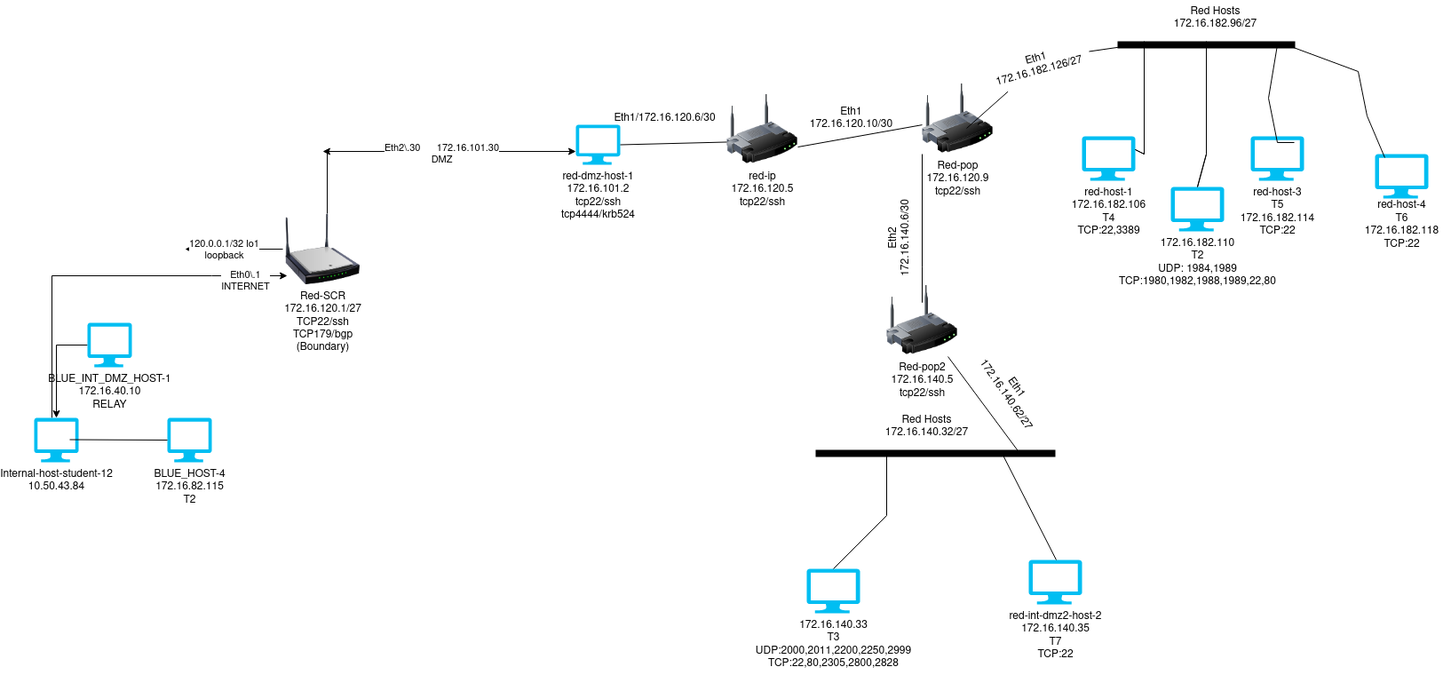
The draw.io diagram networkingctfs.drawio.png in mesnath/Networking, before a commit. Source tidied: cells renumbered, new cells last; positions are measured from the earlier drawing's top-left corner, leaving out a move shared by most shapes.
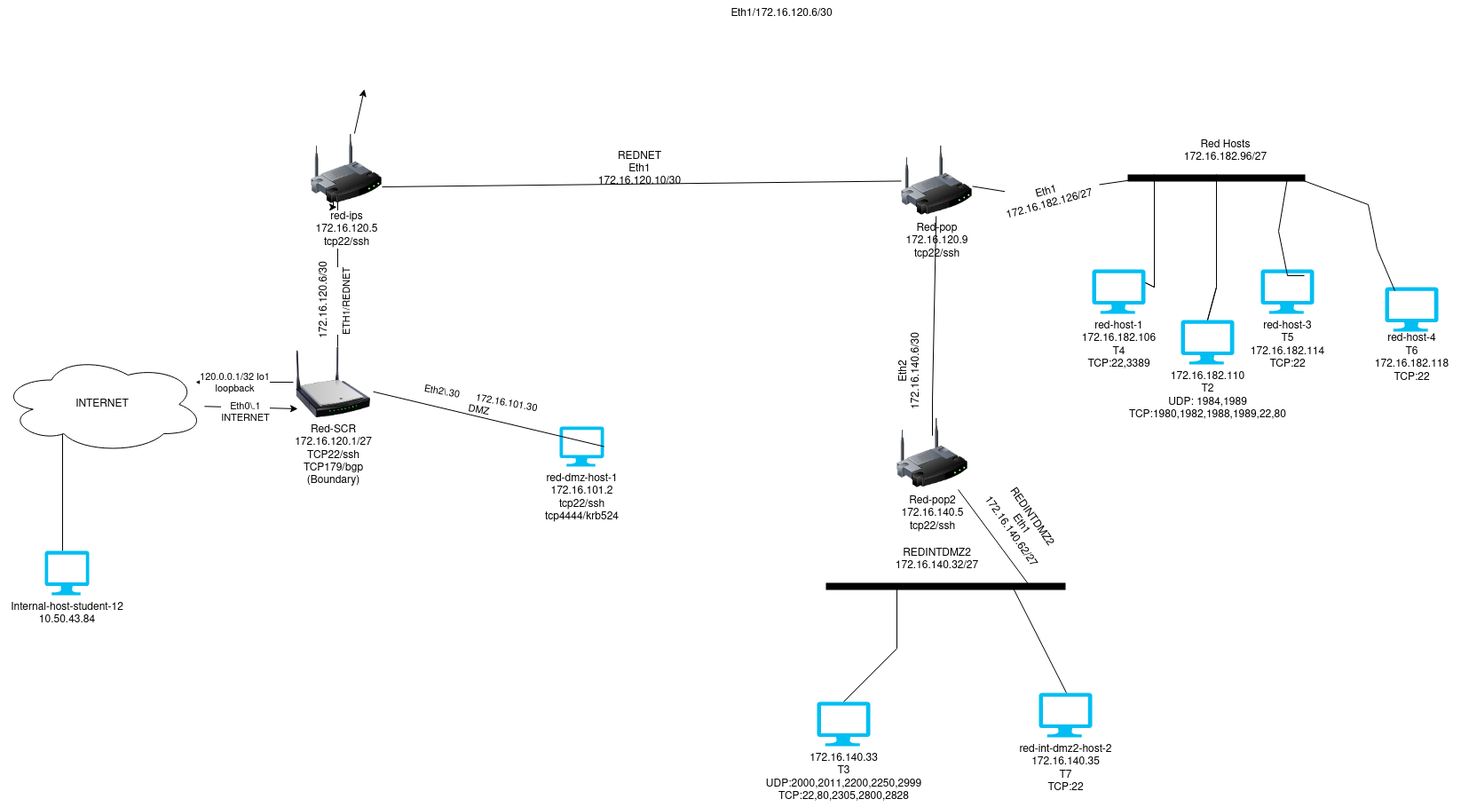
Later version of the same file.

Diff of the diagram source:
```diff
@@ -2,9 +2,8 @@
   <root>
     <mxCell id="0" />
     <mxCell id="1" parent="0" />
-    <mxCell id="2" style="endArrow=classic;html=1;rounded=0;" parent="1" edge="1">
+    <mxCell id="2" style="endArrow=classic;html=1;rounded=0;" parent="1" edge="1" source="50">
       <mxGeometry relative="1" as="geometry">
-        <mxPoint x="200" y="310" as="sourcePoint" />
         <mxPoint x="285" y="310" as="targetPoint" />
       </mxGeometry>
     </mxCell>
@@ -13,14 +12,20 @@
         <mxPoint x="1" as="offset" />
       </mxGeometry>
     </mxCell>
-    <mxCell id="4" style="edgeStyle=orthogonalEdgeStyle;rounded=0;jettySize=auto;html=1;" parent="1" edge="1" source="7">
+    <mxCell id="4" style="edgeStyle=orthogonalEdgeStyle;rounded=0;jettySize=auto;html=1;entryX=0.363;entryY=1.035;entryDx=0;entryDy=0;entryPerimeter=0;" parent="1" edge="1" source="7" target="13">
       <mxGeometry relative="1" as="geometry">
-        <mxPoint x="325" y="170" as="targetPoint" />
         <Array as="points">
-          <mxPoint x="330" y="170" />
+          <mxPoint x="330" y="70" />
+          <mxPoint x="325" y="70" />
+          <mxPoint x="325" y="83" />
         </Array>
       </mxGeometry>
     </mxCell>
+    <mxCell id="49" value="&lt;br&gt;&lt;div&gt;ETH1/REDNET&lt;/div&gt;" style="edgeLabel;html=1;align=center;verticalAlign=middle;rotation=-90;" parent="4" vertex="1">
+      <mxGeometry x="-0.48" y="-4" relative="1" as="geometry">
+        <mxPoint y="-1" as="offset" />
+      </mxGeometry>
+    </mxCell>
     <mxCell id="5" style="edgeStyle=orthogonalEdgeStyle;rounded=0;jettySize=auto;html=1;" parent="1" edge="1" source="7">
       <mxGeometry relative="1" as="geometry">
         <mxPoint x="170" y="280" as="targetPoint" />
@@ -32,14 +37,15 @@
     <mxCell id="7" value="&lt;div&gt;Red-SCR&lt;/div&gt;&lt;div&gt;172.16.120.1/27&lt;br&gt;&lt;/div&gt;TCP22/ssh&lt;br&gt;&lt;div&gt;TCP179/bgp&lt;/div&gt;&lt;div&gt;(Boundary)&lt;br&gt;&lt;/div&gt;&lt;div&gt;&lt;br&gt;&lt;/div&gt;" style="image;html=1;image=img/lib/clip_art/networking/Wireless_Router_N_128x128.png;" parent="1" vertex="1">
       <mxGeometry x="280" y="240" width="90" height="80" as="geometry" />
     </mxCell>
-    <mxCell id="8" style="endArrow=classic;html=1;rounded=0;" parent="1" edge="1">
+    <mxCell id="8" style="endArrow=classic;html=1;rounded=0;" parent="1" edge="1" source="13">
       <mxGeometry relative="1" as="geometry">
-        <mxPoint x="330" y="170" as="sourcePoint" />
-        <mxPoint x="610" y="170" as="targetPoint" />
+        <mxPoint x="360" y="-50" as="targetPoint" />
       </mxGeometry>
     </mxCell>
-    <mxCell id="9" value="Eth2\.30&amp;nbsp;&amp;nbsp;&amp;nbsp;&amp;nbsp;&amp;nbsp; 172.16.101.30&lt;br&gt;DMZ" style="edgeLabel;html=1;align=center;verticalAlign=middle;" parent="8" vertex="1">
-      <mxGeometry x="-0.09" y="-2" relative="1" as="geometry" />
+    <mxCell id="9" value="Eth2\.30&amp;nbsp;&amp;nbsp;&amp;nbsp;&amp;nbsp;&amp;nbsp; 172.16.101.30&lt;br&gt;DMZ" style="edgeLabel;html=1;align=center;verticalAlign=middle;rotation=10;" parent="8" vertex="1">
+      <mxGeometry x="-0.09" y="-2" relative="1" as="geometry">
+        <mxPoint x="134" y="327" as="offset" />
+      </mxGeometry>
     </mxCell>
     <mxCell id="10" style="endArrow=none;html=1;rounded=0;" parent="1" edge="1">
       <mxGeometry relative="1" as="geometry">
@@ -47,32 +53,26 @@
         <mxPoint x="20" y="310" as="targetPoint" />
       </mxGeometry>
     </mxCell>
-    <mxCell id="11" style="endArrow=none;html=1;rounded=0;" parent="1" edge="1">
-      <mxGeometry relative="1" as="geometry">
-        <mxPoint x="20" y="310" as="sourcePoint" />
-        <mxPoint x="200" y="310" as="targetPoint" />
-      </mxGeometry>
-    </mxCell>
     <mxCell id="12" value="&lt;div&gt;red-dmz-host-1&lt;/div&gt;&lt;div&gt;172.16.101.2&lt;/div&gt;&lt;div&gt;tcp22/ssh&lt;/div&gt;&lt;div&gt;tcp4444/krb524&lt;br&gt;&lt;/div&gt;" style="verticalLabelPosition=bottom;html=1;verticalAlign=top;align=center;strokeColor=none;fillColor=#00BEF2;shape=mxgraph.azure.computer;" parent="1" vertex="1">
-      <mxGeometry x="610" y="140" width="50" height="45" as="geometry" />
+      <mxGeometry x="580" y="330" width="50" height="45" as="geometry" />
     </mxCell>
-    <mxCell id="13" value="&lt;div&gt;red-ip &lt;br&gt;&lt;/div&gt;172.16.120.5&lt;br&gt;tcp22/ssh" style="image;html=1;image=img/lib/clip_art/networking/Wireless_Router_128x128.png;" parent="1" vertex="1">
-      <mxGeometry x="780" y="105" width="80" height="80" as="geometry" />
+    <mxCell id="13" value="&lt;div&gt;red-ips &lt;br&gt;&lt;/div&gt;172.16.120.5&lt;br&gt;tcp22/ssh" style="image;html=1;image=img/lib/clip_art/networking/Wireless_Router_128x128.png;" parent="1" vertex="1">
+      <mxGeometry x="300" width="80" height="80" as="geometry" />
     </mxCell>
-    <mxCell id="14" style="endArrow=none;html=1;rounded=0;exitX=1;exitY=0.5;exitDx=0;exitDy=0;exitPerimeter=0;entryX=0;entryY=0.681;entryDx=0;entryDy=0;entryPerimeter=0;" parent="1" edge="1" source="12" target="13">
+    <mxCell id="14" style="endArrow=none;html=1;rounded=0;exitX=1;exitY=0.5;exitDx=0;exitDy=0;exitPerimeter=0;" parent="1" edge="1" source="12" target="7">
       <mxGeometry relative="1" as="geometry" />
     </mxCell>
     <mxCell id="15" value="Eth1/172.16.120.6/30" style="text;html=1;align=center;verticalAlign=middle;strokeColor=none;fillColor=none;" parent="1" vertex="1">
-      <mxGeometry x="640" y="118" width="140" height="30" as="geometry" />
+      <mxGeometry x="760" y="-150" width="140" height="30" as="geometry" />
     </mxCell>
     <mxCell id="16" style="endArrow=none;html=1;rounded=0;exitX=1;exitY=0.75;exitDx=0;exitDy=0;" parent="1" edge="1" source="13" target="18">
       <mxGeometry relative="1" as="geometry" />
     </mxCell>
-    <mxCell id="17" value="Eth1&lt;br&gt;172.16.120.10/30" style="text;html=1;align=center;verticalAlign=middle;strokeColor=none;fillColor=none;" parent="1" vertex="1">
-      <mxGeometry x="860" y="113" width="120" height="40" as="geometry" />
+    <mxCell id="17" value="REDNET&lt;br&gt;Eth1&lt;br&gt;172.16.120.10/30" style="text;html=1;align=center;verticalAlign=middle;strokeColor=none;fillColor=none;" parent="1" vertex="1">
+      <mxGeometry x="610" y="10" width="120" height="60" as="geometry" />
     </mxCell>
     <mxCell id="18" value="Red-pop&lt;br&gt;172.16.120.9&lt;br&gt;tcp22/ssh" style="image;html=1;image=img/lib/clip_art/networking/Wireless_Router_128x128.png;" parent="1" vertex="1">
-      <mxGeometry x="1000" y="93" width="80" height="80" as="geometry" />
+      <mxGeometry x="965" y="13" width="80" height="80" as="geometry" />
     </mxCell>
     <mxCell id="19" style="endArrow=none;html=1;rounded=0;exitX=1;exitY=0.5;exitDx=0;exitDy=0;exitPerimeter=0;" parent="1" edge="1" source="34">
       <mxGeometry relative="1" as="geometry">
@@ -85,7 +85,7 @@
     <mxCell id="21" value="Eth2&lt;br&gt;172.16.140.6/30" style="text;html=1;align=center;verticalAlign=middle;strokeColor=none;fillColor=none;rotation=-90;" parent="1" vertex="1">
       <mxGeometry x="920" y="248" width="110" height="40" as="geometry" />
     </mxCell>
-    <mxCell id="22" style="endArrow=none;html=1;rounded=0;exitX=1;exitY=0.75;exitDx=0;exitDy=0;entryX=0;entryY=1;entryDx=0;entryDy=0;" parent="1" edge="1" target="18">
+    <mxCell id="22" style="endArrow=none;html=1;rounded=0;exitX=1;exitY=0.75;exitDx=0;exitDy=0;" parent="1" edge="1" target="18">
       <mxGeometry relative="1" as="geometry">
         <mxPoint x="1000" y="300" as="sourcePoint" />
         <Array as="points">
@@ -100,8 +100,8 @@
     <mxCell id="24" value="&lt;div&gt;red-int-dmz2-host-2&lt;/div&gt;&lt;div&gt;172.16.140.35&lt;/div&gt;&lt;div&gt;T7&lt;/div&gt;&lt;div&gt;TCP:22&lt;br&gt;&lt;/div&gt;&lt;div&gt;&lt;br&gt;&lt;/div&gt;" style="verticalLabelPosition=bottom;html=1;verticalAlign=top;align=center;strokeColor=none;fillColor=#00BEF2;shape=mxgraph.azure.computer;" parent="1" vertex="1">
       <mxGeometry x="1120" y="630" width="60" height="50" as="geometry" />
     </mxCell>
-    <mxCell id="25" value="Eth1&lt;br&gt;172.16.140.62/27" style="text;html=1;align=center;verticalAlign=middle;strokeColor=none;fillColor=none;rotation=55;" parent="1" vertex="1">
-      <mxGeometry x="1040" y="420" width="120" height="40" as="geometry" />
+    <mxCell id="25" value="REDINTDMZ2&lt;br&gt;Eth1&lt;br&gt;172.16.140.62/27" style="text;html=1;align=center;verticalAlign=middle;strokeColor=none;fillColor=none;rotation=55;" parent="1" vertex="1">
+      <mxGeometry x="1040" y="410" width="120" height="60" as="geometry" />
     </mxCell>
     <mxCell id="26" value="&lt;div&gt;172.16.140.33&lt;/div&gt;&lt;div&gt;T3&lt;br&gt;&lt;/div&gt;&lt;div&gt;UDP:2000,2011,2200,2250,2999&lt;br&gt;&lt;/div&gt;TCP:22,80,2305,2800,2828" style="verticalLabelPosition=bottom;html=1;verticalAlign=top;align=center;strokeColor=none;fillColor=#00BEF2;shape=mxgraph.azure.computer;" parent="1" vertex="1">
       <mxGeometry x="870" y="640" width="60" height="50" as="geometry" />
@@ -109,30 +109,14 @@
     <mxCell id="27" value="&lt;div&gt;Internal-host-student-12&lt;/div&gt;&lt;div&gt;10.50.43.84&lt;br&gt;&lt;/div&gt;" style="verticalLabelPosition=bottom;html=1;verticalAlign=top;align=center;strokeColor=none;fillColor=#00BEF2;shape=mxgraph.azure.computer;" parent="1" vertex="1">
       <mxGeometry y="470" width="50" height="50" as="geometry" />
     </mxCell>
-    <mxCell id="28" style="edgeStyle=orthogonalEdgeStyle;rounded=0;jettySize=auto;html=1;" parent="1" edge="1" source="29" target="27">
-      <mxGeometry relative="1" as="geometry" />
-    </mxCell>
-    <mxCell id="29" value="&lt;div&gt;BLUE_INT_DMZ_HOST-1&lt;br&gt;172.16.40.10&lt;/div&gt;&lt;div&gt;RELAY&lt;br&gt;&lt;/div&gt;" style="verticalLabelPosition=bottom;html=1;verticalAlign=top;align=center;strokeColor=none;fillColor=#00BEF2;shape=mxgraph.azure.computer;" parent="1" vertex="1">
-      <mxGeometry x="60" y="363" width="50" height="50" as="geometry" />
-    </mxCell>
-    <mxCell id="30" value="BLUE_HOST-4&lt;br&gt;&lt;div&gt;172.16.82.115&lt;/div&gt;&lt;div&gt;T2&lt;br&gt;&lt;/div&gt;" style="verticalLabelPosition=bottom;html=1;verticalAlign=top;align=center;strokeColor=none;fillColor=#00BEF2;shape=mxgraph.azure.computer;" parent="1" vertex="1">
-      <mxGeometry x="150" y="470" width="50" height="50" as="geometry" />
-    </mxCell>
-    <mxCell id="31" style="endArrow=none;html=1;rounded=0;entryX=0;entryY=0.5;entryDx=0;entryDy=0;entryPerimeter=0;" parent="1" edge="1" target="30">
-      <mxGeometry relative="1" as="geometry">
-        <mxPoint x="40" y="494.5" as="sourcePoint" />
-      </mxGeometry>
-    </mxCell>
     <mxCell id="32" style="endArrow=none;html=1;rounded=0;exitX=1;exitY=0.5;exitDx=0;exitDy=0;exitPerimeter=0;strokeWidth=8;" parent="1" edge="1">
       <mxGeometry relative="1" as="geometry">
         <mxPoint x="1220" y="50" as="sourcePoint" />
         <mxPoint x="1420" y="50" as="targetPoint" />
       </mxGeometry>
     </mxCell>
-    <mxCell id="33" style="endArrow=none;html=1;rounded=0;exitX=1;exitY=0.5;exitDx=0;exitDy=0;exitPerimeter=0;" parent="1" edge="1" target="34">
-      <mxGeometry relative="1" as="geometry">
-        <mxPoint x="1050" y="144" as="sourcePoint" />
-      </mxGeometry>
+    <mxCell id="33" style="endArrow=none;html=1;rounded=0;" parent="1" edge="1" source="18" target="34">
+      <mxGeometry relative="1" as="geometry" />
     </mxCell>
     <mxCell id="34" value="Eth1&lt;br&gt;172.16.182.126/27" style="text;html=1;align=center;verticalAlign=middle;points=[];strokeColor=none;fillColor=none;rotation=-15;" parent="1" vertex="1">
       <mxGeometry x="1070" y="53" width="120" height="40" as="geometry" />
@@ -201,7 +185,7 @@
         <mxPoint x="1110" y="510" as="sourcePoint" />
       </mxGeometry>
     </mxCell>
-    <mxCell id="46" value="Red Hosts&lt;br&gt;172.16.140.32/27" style="text;html=1;align=center;verticalAlign=middle;strokeColor=none;fillColor=none;rotation=0;" parent="1" vertex="1">
+    <mxCell id="46" value="REDINTDMZ2&lt;br&gt;172.16.140.32/27" style="text;html=1;align=center;verticalAlign=middle;strokeColor=none;fillColor=none;rotation=0;" parent="1" vertex="1">
       <mxGeometry x="945" y="460" width="120" height="40" as="geometry" />
     </mxCell>
     <mxCell id="47" style="endArrow=none;html=1;rounded=0;" parent="1" edge="1">
@@ -218,5 +202,14 @@
         </Array>
       </mxGeometry>
     </mxCell>
+    <mxCell id="50" value="INTERNET" style="ellipse;shape=cloud;whiteSpace=wrap;html=1;" parent="1" vertex="1">
+      <mxGeometry x="-50" y="250" width="230" height="110" as="geometry" />
+    </mxCell>
+    <mxCell id="51" value="172.16.120.6/30" style="text;html=1;align=center;verticalAlign=middle;strokeColor=none;fillColor=none;rotation=-90;" parent="1" vertex="1">
+      <mxGeometry x="260" y="173" width="110" height="30" as="geometry" />
+    </mxCell>
+    <mxCell id="52" style="edgeStyle=orthogonalEdgeStyle;rounded=0;orthogonalLoop=1;jettySize=auto;html=1;exitX=0.5;exitY=1;exitDx=0;exitDy=0;exitPerimeter=0;" parent="1" edge="1" source="12" target="12">
+      <mxGeometry relative="1" as="geometry" />
+    </mxCell>
   </root>
 </mxGraphModel>
```
